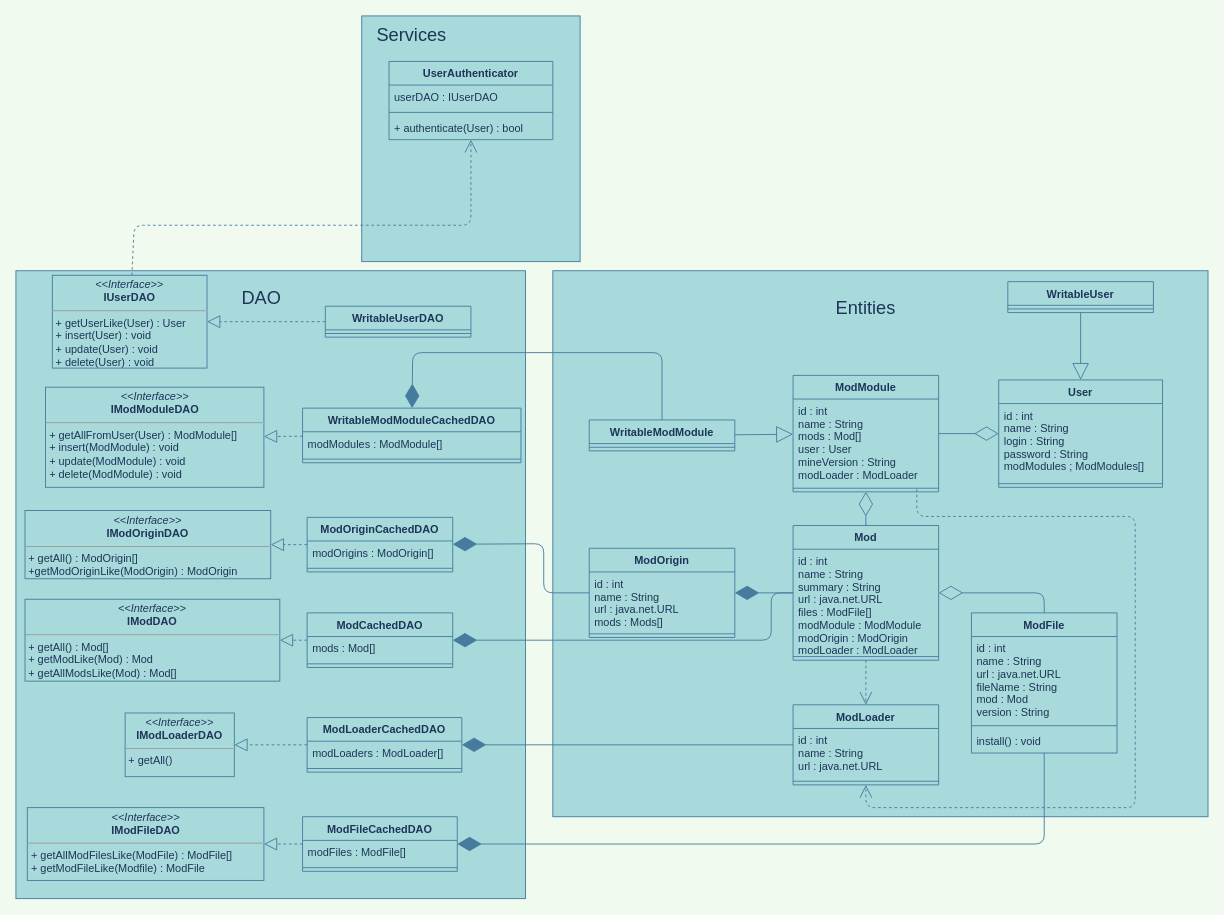
Earlier version of the draw.io diagram docs/diagrama_de_classe.drawio (Imenatrix/mineger). Source tidied: cells renumbered, new cells numbered last; positions are measured from the earlier drawing's top-left corner, leaving out a move shared by most shapes. Both pictures are drawn from the tidied source at 91%, with x=0, y=0 at pixel (15, 15).
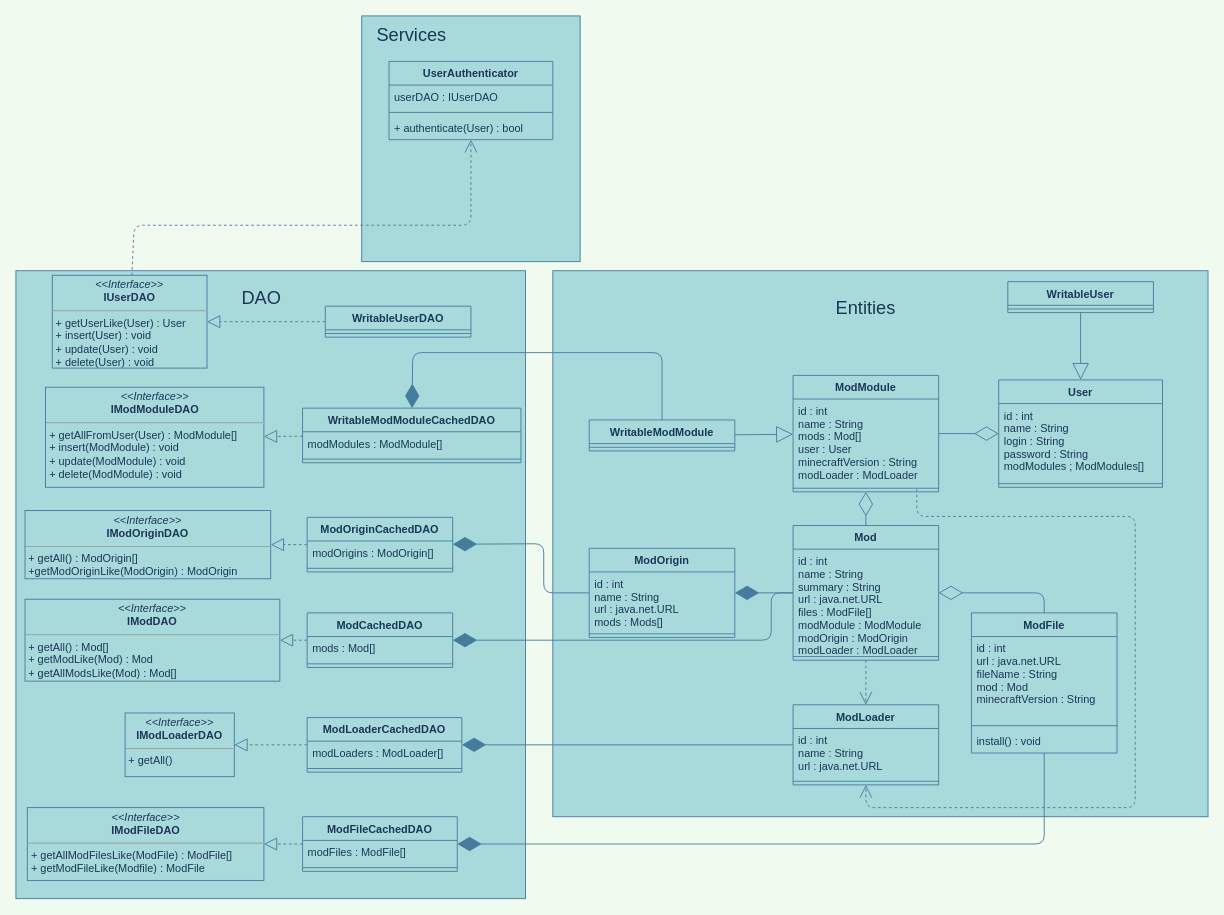
Above is the later version.

Commit message:
Atualiza diagrama de classe

Algumas convenções de nomenclatura foram alteradas, porem ainda não
refletidas no diagrama de classe, esse commit corrige isso.

The change refers to these unchanged cells:
```xml
<mxCell id="11" value="ModModule" style="swimlane;fontStyle=1;align=center;verticalAlign=top;horizontal=1;startSize=26;fillColor=#A8DADC;strokeColor=#457B9D;fontColor=#1D3557;" parent="1" vertex="1">
  <mxGeometry x="854" y="395" width="160" height="128" as="geometry" />
</mxCell>
<mxCell id="67" value="ModFile" style="swimlane;fontStyle=1;align=center;verticalAlign=top;horizontal=1;startSize=26;fillColor=#A8DADC;strokeColor=#457B9D;fontColor=#1D3557;" parent="1" vertex="1">
  <mxGeometry x="1050" y="656" width="160" height="154" as="geometry" />
</mxCell>
```

The edit, as a diff of the source:
```diff
@@
-    <mxCell id="12" value="id : int&#10;name : String&#10;mods : Mod[]&#10;user : User&#10;mineVersion : String&#10;modLoader : ModLoader" style="text;strokeColor=none;fillColor=none;align=left;verticalAlign=top;spacingLeft=4;spacingRight=4;overflow=hidden;fontColor=#1D3557;" parent="11" vertex="1">
+    <mxCell id="12" value="id : int&#10;name : String&#10;mods : Mod[]&#10;user : User&#10;minecraftVersion : String&#10;modLoader : ModLoader" style="text;strokeColor=none;fillColor=none;align=left;verticalAlign=top;spacingLeft=4;spacingRight=4;overflow=hidden;fontColor=#1D3557;" parent="11" vertex="1">
       <mxGeometry y="26" width="160" height="94" as="geometry" />
     </mxCell>
@@
-    <mxCell id="68" value="id : int&#10;name : String&#10;url : java.net.URL&#10;fileName : String&#10;mod : Mod&#10;version : String" style="text;strokeColor=none;fillColor=none;align=left;verticalAlign=top;spacingLeft=4;spacingRight=4;overflow=hidden;fontColor=#1D3557;" parent="67" vertex="1">
+    <mxCell id="68" value="id : int&#10;url : java.net.URL&#10;fileName : String&#10;mod : Mod&#10;minecraftVersion : String" style="text;strokeColor=none;fillColor=none;align=left;verticalAlign=top;spacingLeft=4;spacingRight=4;overflow=hidden;fontColor=#1D3557;" parent="67" vertex="1">
       <mxGeometry y="26" width="160" height="94" as="geometry" />
     </mxCell>
```
